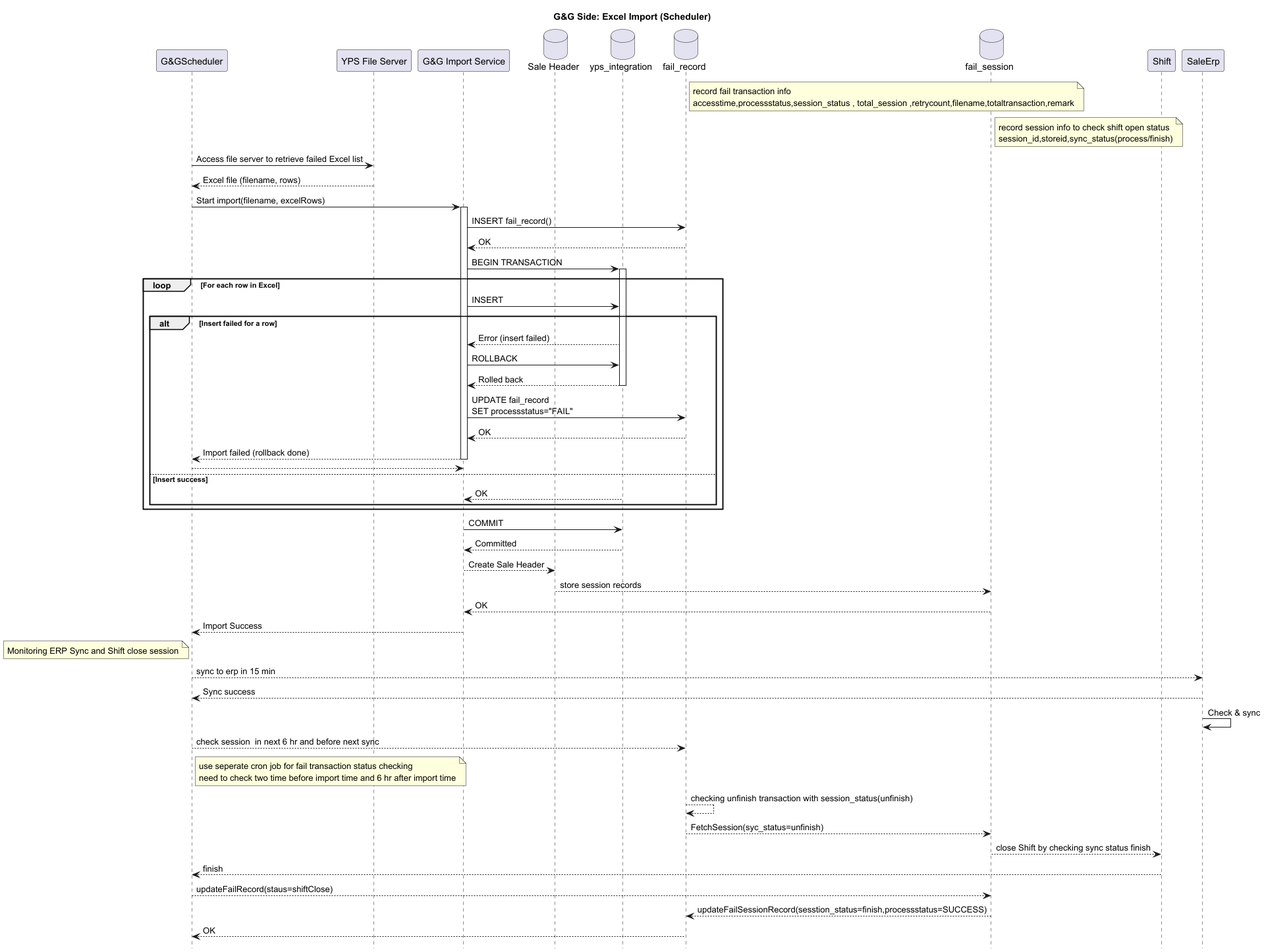
phyothuhan26/MySolutions keeps this PlantUML diagram as GandG_YPS_DataLost/SequenceDiagram/YPS_ExcelImportDetailSyncFlow-G_G_Side__Excel_Import__Scheduler_.png. Above is the earlier version. Source of this version:
```plantuml
@startuml
title G&G Side: Excel Import (Scheduler)
hide footbox

participant "G&GScheduler" as SCH
participant "YPS File Server" as FS
participant "G&G Import Service" as IMP
database "Sale Header" as SHeader
database "yps_integration" as YPSDB
database "fail_record" as FDB
note right of FDB
  record fail transaction info
  accesstime,processstatus,session_status , total_session ,retrycount,filename,totaltransaction,remark
end note
database "fail_session" as FDBD
note right of FDBD
  record session info to check shift open status
  session_id,storeid,sync_status(process/finish)
end note
participant "Shift" as shift
participant "SaleErp" as SErp


SCH -> FS: Access file server to retrieve failed Excel list
FS --> SCH: Excel file (filename, rows)

SCH -> IMP: Start import(filename, excelRows)

activate IMP

IMP -> FDB: INSERT fail_record()
FDB --> IMP: OK

IMP -> YPSDB: BEGIN TRANSACTION
activate YPSDB

loop For each row in Excel


  IMP -> YPSDB: INSERT
  alt Insert failed for a row
    YPSDB --> IMP: Error (insert failed)

    IMP -> YPSDB: ROLLBACK
    YPSDB --> IMP: Rolled back
    deactivate YPSDB

    IMP -> FDB: UPDATE fail_record\nSET processstatus="FAIL"
    FDB --> IMP: OK

    IMP --> SCH: Import failed (rollback done)
    deactivate IMP
    return
  else Insert success
    YPSDB --> IMP: OK
  end
end

IMP -> YPSDB: COMMIT
YPSDB --> IMP: Committed
IMP --> SHeader:Create Sale Header
SHeader --> FDBD: store session records
FDBD--> IMP:OK
IMP--> SCH: Import Success
note left of SCH
Monitoring ERP Sync and Shift close session
end note
SCH -->SErp: sync to erp in 15 min
SErp --> SCH :Sync success

SErp->SErp: Check & sync
SCH --> FDB :check session  in next 6 hr and before next sync
note right of SCH
use seperate cron job for fail transaction status checking
need to check two time before import time and 6 hr after import time
end note
FDB --> FDB:checking unfinish transaction with session_status(unfinish)
FDB --> FDBD:FetchSession(syc_status=unfinish)
FDBD-->shift :close Shift by checking sync status finish
shift-->SCH :finish
SCH --> FDBD:updateFailRecord(staus=shiftClose)
FDBD --> FDB:updateFailSessionRecord(sesstion_status=finish,processstatus=SUCCESS)
FDB --> SCH: OK

deactivate IMP
@enduml
```
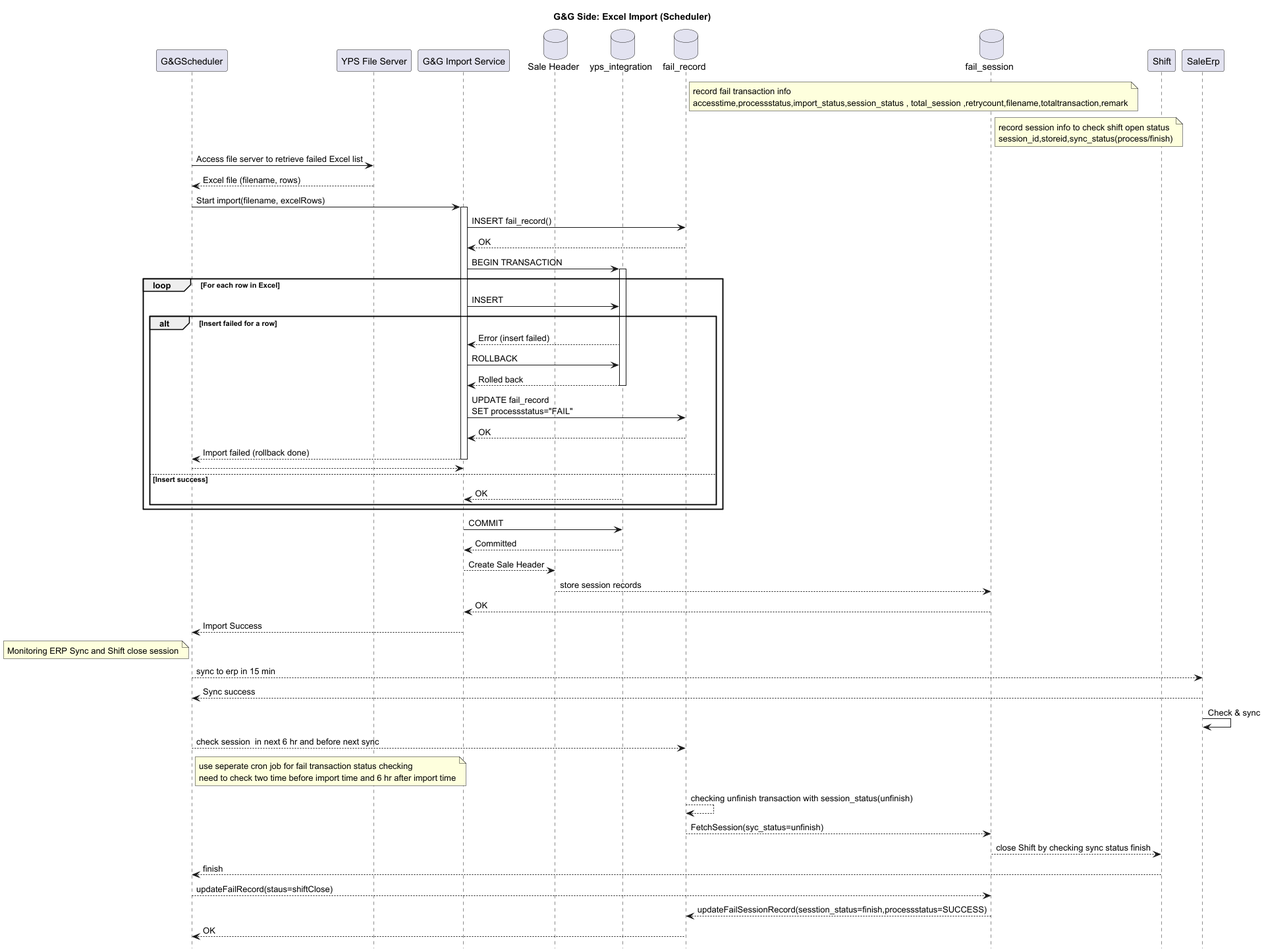
Above is the later version.

The edit, as a diff of the source:
```diff
@@ -10,7 +10,7 @@
 database "fail_record" as FDB
 note right of FDB
   record fail transaction info
-  accesstime,processstatus,session_status , total_session ,retrycount,filename,totaltransaction,remark
+  accesstime,processstatus,import_status,session_status , total_session ,retrycount,filename,totaltransaction,remark
 end note
 database "fail_session" as FDBD
 note right of FDBD
```
